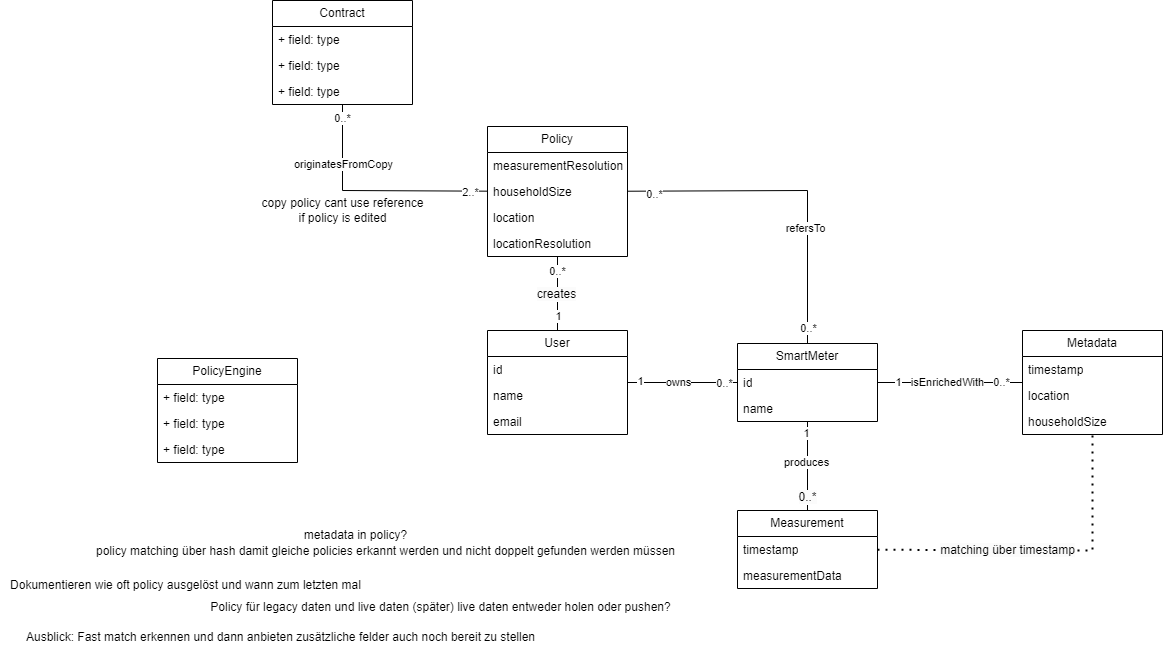
Above: Domain Model/domainmodel.drawio.png in SM-MAMI/documentation (draw.io), before the change. Source tidied: cells renumbered, new cells last; positions are measured from the earlier drawing's top-left corner, leaving out a move shared by most shapes.
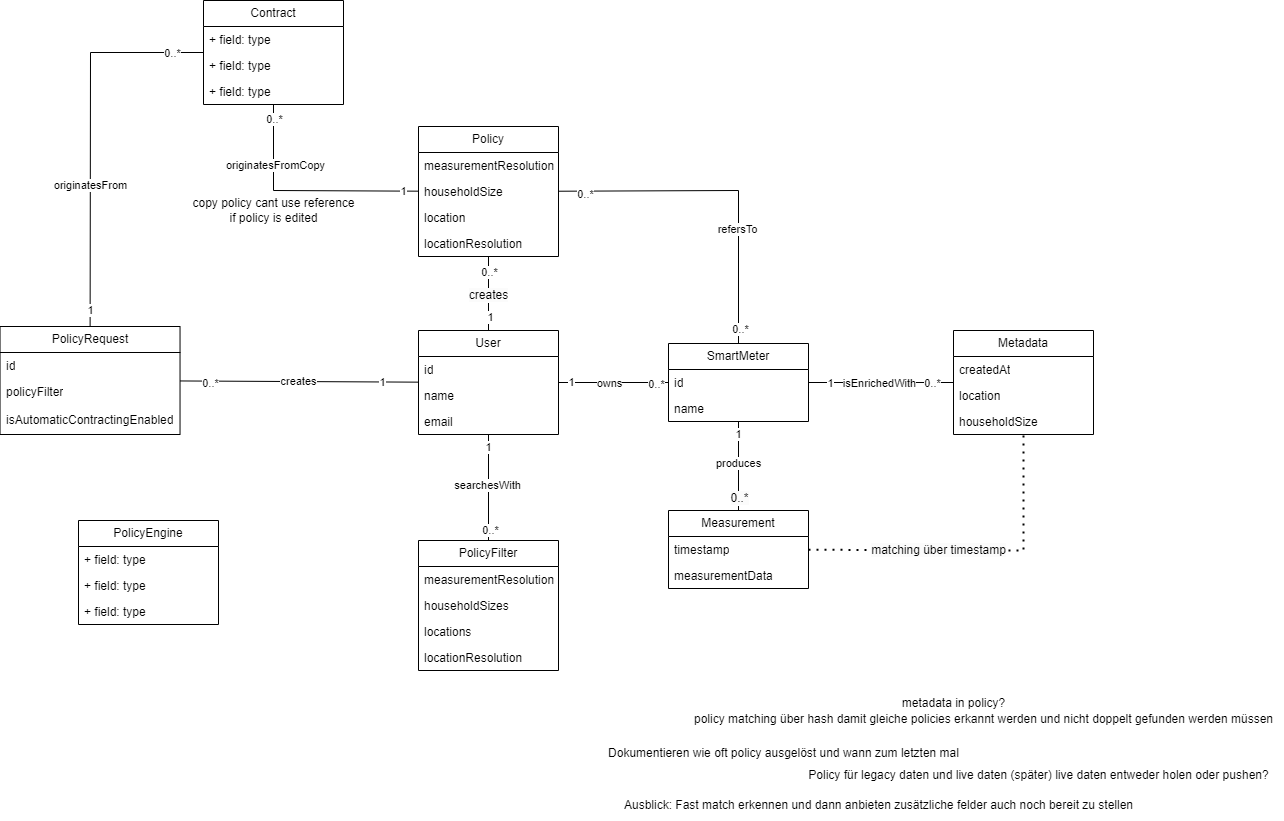
The same file after the commit.

The edit, as a diff of the source:
```diff
@@ -26,7 +26,7 @@
     <mxCell id="9" value="Metad&lt;span style=&quot;background-color: initial;&quot;&gt;ata&lt;/span&gt;" style="swimlane;fontStyle=0;horizontal=1;startSize=26;fillColor=none;whiteSpace=wrap;html=1;" parent="1" vertex="1">
       <mxGeometry x="1023" y="330" width="140" height="104" as="geometry" />
     </mxCell>
-    <mxCell id="10" value="timestamp" style="text;strokeColor=none;fillColor=none;align=left;verticalAlign=top;spacingLeft=4;spacingRight=4;overflow=hidden;whiteSpace=wrap;html=1;" parent="9" vertex="1">
+    <mxCell id="10" value="createdAt" style="text;strokeColor=none;fillColor=none;align=left;verticalAlign=top;spacingLeft=4;spacingRight=4;overflow=hidden;whiteSpace=wrap;html=1;" parent="9" vertex="1">
       <mxGeometry y="26" width="140" height="26" as="geometry" />
     </mxCell>
     <mxCell id="11" value="location" style="text;strokeColor=none;fillColor=none;align=left;verticalAlign=top;spacingLeft=4;spacingRight=4;overflow=hidden;whiteSpace=wrap;html=1;" parent="9" vertex="1">
@@ -130,7 +130,7 @@
       <mxGeometry x="0.31" y="-2" relative="1" as="geometry" />
     </mxCell>
     <mxCell id="41" value="PolicyEngine" style="swimlane;fontStyle=0;horizontal=1;startSize=26;fillColor=none;whiteSpace=wrap;html=1;" parent="1" vertex="1">
-      <mxGeometry x="158" y="358" width="140" height="104" as="geometry" />
+      <mxGeometry x="148" y="520" width="140" height="104" as="geometry" />
     </mxCell>
     <mxCell id="42" value="+ field: type" style="text;strokeColor=none;fillColor=none;align=left;verticalAlign=top;spacingLeft=4;spacingRight=4;overflow=hidden;whiteSpace=wrap;html=1;" parent="41" vertex="1">
       <mxGeometry y="26" width="140" height="26" as="geometry" />
@@ -152,19 +152,19 @@
       <mxGeometry x="-0.22" relative="1" as="geometry" />
     </mxCell>
     <mxCell id="47" value="metadata in policy?" style="text;html=1;align=center;verticalAlign=middle;strokeColor=none;fillColor=none;" parent="1" vertex="1">
-      <mxGeometry x="290.5" y="520" width="130" height="30" as="geometry" />
+      <mxGeometry x="958" y="688" width="130" height="30" as="geometry" />
     </mxCell>
     <mxCell id="48" value="policy matching über hash damit gleiche policies erkannt werden und nicht doppelt gefunden werden müssen" style="text;html=1;align=center;verticalAlign=middle;strokeColor=none;fillColor=none;" parent="1" vertex="1">
-      <mxGeometry x="85.5" y="536" width="600" height="30" as="geometry" />
+      <mxGeometry x="753" y="704" width="600" height="30" as="geometry" />
     </mxCell>
     <mxCell id="49" value="Ausblick: Fast match erkennen und dann anbieten zusätzliche felder auch noch bereit zu stellen" style="text;html=1;align=center;verticalAlign=middle;strokeColor=none;fillColor=none;" parent="1" vertex="1">
-      <mxGeometry x="15.5" y="622" width="530" height="30" as="geometry" />
+      <mxGeometry x="683" y="790" width="530" height="30" as="geometry" />
     </mxCell>
     <mxCell id="50" value="Dokumentieren wie oft policy ausgelöst und wann zum letzten mal" style="text;html=1;align=center;verticalAlign=middle;strokeColor=none;fillColor=none;" parent="1" vertex="1">
-      <mxGeometry x="0.5" y="570" width="370" height="30" as="geometry" />
+      <mxGeometry x="668" y="738" width="370" height="30" as="geometry" />
     </mxCell>
     <mxCell id="51" value="Policy für legacy daten und live daten (später) live daten entweder holen oder pushen?" style="text;html=1;align=center;verticalAlign=middle;strokeColor=none;fillColor=none;" parent="1" vertex="1">
-      <mxGeometry x="200.5" y="592" width="480" height="30" as="geometry" />
+      <mxGeometry x="868" y="760" width="480" height="30" as="geometry" />
     </mxCell>
     <mxCell id="52" value="Contract" style="swimlane;fontStyle=0;horizontal=1;startSize=26;fillColor=none;whiteSpace=wrap;html=1;" parent="1" vertex="1">
       <mxGeometry x="273" width="140" height="104" as="geometry" />
@@ -190,14 +190,87 @@
         <mxPoint y="-54" as="offset" />
       </mxGeometry>
     </mxCell>
-    <mxCell id="58" value="2..*" style="edgeLabel;html=1;align=center;verticalAlign=middle;" parent="56" vertex="1">
-      <mxGeometry x="-0.85" y="1" relative="1" as="geometry" />
-    </mxCell>
     <mxCell id="59" value="originatesFromCopy" style="edgeLabel;html=1;align=center;verticalAlign=middle;" parent="56" vertex="1">
       <mxGeometry x="0.48" y="-1" relative="1" as="geometry" />
     </mxCell>
+    <mxCell id="61" value="1" style="edgeLabel;html=1;align=center;verticalAlign=middle;" parent="56" vertex="1">
+      <mxGeometry x="-0.67" relative="1" as="geometry">
+        <mxPoint x="23" as="offset" />
+      </mxGeometry>
+    </mxCell>
     <mxCell id="60" value="copy policy cant use reference&lt;div&gt;if policy is edited&lt;/div&gt;" style="text;html=1;align=center;verticalAlign=middle;strokeColor=none;fillColor=none;" parent="1" vertex="1">
       <mxGeometry x="248" y="190" width="190" height="40" as="geometry" />
     </mxCell>
+    <mxCell id="62" value="PolicyFilter" style="swimlane;fontStyle=0;horizontal=1;startSize=26;fillColor=none;whiteSpace=wrap;html=1;" parent="1" vertex="1">
+      <mxGeometry x="488" y="540" width="140" height="130" as="geometry" />
+    </mxCell>
+    <mxCell id="63" value="measurementResolution" style="text;strokeColor=none;fillColor=none;align=left;verticalAlign=top;spacingLeft=4;spacingRight=4;overflow=hidden;whiteSpace=wrap;html=1;" parent="62" vertex="1">
+      <mxGeometry y="26" width="140" height="26" as="geometry" />
+    </mxCell>
+    <mxCell id="64" value="householdSizes" style="text;strokeColor=none;fillColor=none;align=left;verticalAlign=top;spacingLeft=4;spacingRight=4;overflow=hidden;whiteSpace=wrap;html=1;" parent="62" vertex="1">
+      <mxGeometry y="52" width="140" height="26" as="geometry" />
+    </mxCell>
+    <mxCell id="65" value="locations" style="text;strokeColor=none;fillColor=none;align=left;verticalAlign=top;spacingLeft=4;spacingRight=4;overflow=hidden;whiteSpace=wrap;html=1;" parent="62" vertex="1">
+      <mxGeometry y="78" width="140" height="26" as="geometry" />
+    </mxCell>
+    <mxCell id="66" value="locationResolution" style="text;strokeColor=none;fillColor=none;align=left;verticalAlign=top;spacingLeft=4;spacingRight=4;overflow=hidden;whiteSpace=wrap;html=1;" parent="62" vertex="1">
+      <mxGeometry y="104" width="140" height="26" as="geometry" />
+    </mxCell>
+    <mxCell id="67" value="PolicyRequest" style="swimlane;fontStyle=0;horizontal=1;startSize=26;fillColor=none;whiteSpace=wrap;html=1;" parent="1" vertex="1">
+      <mxGeometry x="69.5" y="326" width="180" height="108" as="geometry" />
+    </mxCell>
+    <mxCell id="68" value="id" style="text;strokeColor=none;fillColor=none;align=left;verticalAlign=top;spacingLeft=4;spacingRight=4;overflow=hidden;whiteSpace=wrap;html=1;" parent="67" vertex="1">
+      <mxGeometry y="26" width="180" height="26" as="geometry" />
+    </mxCell>
+    <mxCell id="69" value="policyFilter" style="text;strokeColor=none;fillColor=none;align=left;verticalAlign=top;spacingLeft=4;spacingRight=4;overflow=hidden;whiteSpace=wrap;html=1;" parent="67" vertex="1">
+      <mxGeometry y="52" width="180" height="28" as="geometry" />
+    </mxCell>
+    <mxCell id="70" value="isAutomaticContractingEnabled" style="text;strokeColor=none;fillColor=none;align=left;verticalAlign=top;spacingLeft=4;spacingRight=4;overflow=hidden;whiteSpace=wrap;html=1;" parent="67" vertex="1">
+      <mxGeometry y="80" width="180" height="28" as="geometry" />
+    </mxCell>
+    <mxCell id="71" style="endArrow=none;html=1;rounded=0;" parent="1" edge="1" source="62" target="2">
+      <mxGeometry relative="1" as="geometry" />
+    </mxCell>
+    <mxCell id="72" value="searchesWith" style="edgeLabel;html=1;align=center;verticalAlign=middle;" parent="71" vertex="1">
+      <mxGeometry x="0.03" y="2" relative="1" as="geometry" />
+    </mxCell>
+    <mxCell id="73" value="1" style="edgeLabel;html=1;align=center;verticalAlign=middle;" parent="71" vertex="1">
+      <mxGeometry x="0.77" y="1" relative="1" as="geometry" />
+    </mxCell>
+    <mxCell id="74" value="0..*" style="edgeLabel;html=1;align=center;verticalAlign=middle;" parent="71" vertex="1">
+      <mxGeometry x="-0.8" y="-1" relative="1" as="geometry" />
+    </mxCell>
+    <mxCell id="75" style="endArrow=none;html=1;rounded=0;" parent="1" edge="1" source="67" target="2">
+      <mxGeometry relative="1" as="geometry" />
+    </mxCell>
+    <mxCell id="76" value="creates" style="edgeLabel;html=1;align=center;verticalAlign=middle;" parent="75" vertex="1">
+      <mxGeometry x="-0.07" y="1" relative="1" as="geometry">
+        <mxPoint x="7" as="offset" />
+      </mxGeometry>
+    </mxCell>
+    <mxCell id="77" value="1" style="edgeLabel;html=1;align=center;verticalAlign=middle;" parent="75" vertex="1">
+      <mxGeometry x="0.69" relative="1" as="geometry" />
+    </mxCell>
+    <mxCell id="78" value="0..*" style="edgeLabel;html=1;align=center;verticalAlign=middle;" parent="75" vertex="1">
+      <mxGeometry x="-0.76" y="-1" relative="1" as="geometry">
+        <mxPoint y="1" as="offset" />
+      </mxGeometry>
+    </mxCell>
+    <mxCell id="79" style="endArrow=none;html=1;rounded=0;" parent="1" edge="1" source="67" target="52">
+      <mxGeometry relative="1" as="geometry">
+        <Array as="points">
+          <mxPoint x="160" y="52" />
+        </Array>
+      </mxGeometry>
+    </mxCell>
+    <mxCell id="80" value="originatesFrom" style="edgeLabel;html=1;align=center;verticalAlign=middle;" parent="79" vertex="1">
+      <mxGeometry x="-0.27" y="1" relative="1" as="geometry" />
+    </mxCell>
+    <mxCell id="81" value="0..*" style="edgeLabel;html=1;align=center;verticalAlign=middle;" parent="79" vertex="1">
+      <mxGeometry x="0.84" relative="1" as="geometry" />
+    </mxCell>
+    <mxCell id="82" value="1" style="edgeLabel;html=1;align=center;verticalAlign=middle;" parent="79" vertex="1">
+      <mxGeometry x="-0.91" relative="1" as="geometry" />
+    </mxCell>
   </root>
 </mxGraphModel>
```
